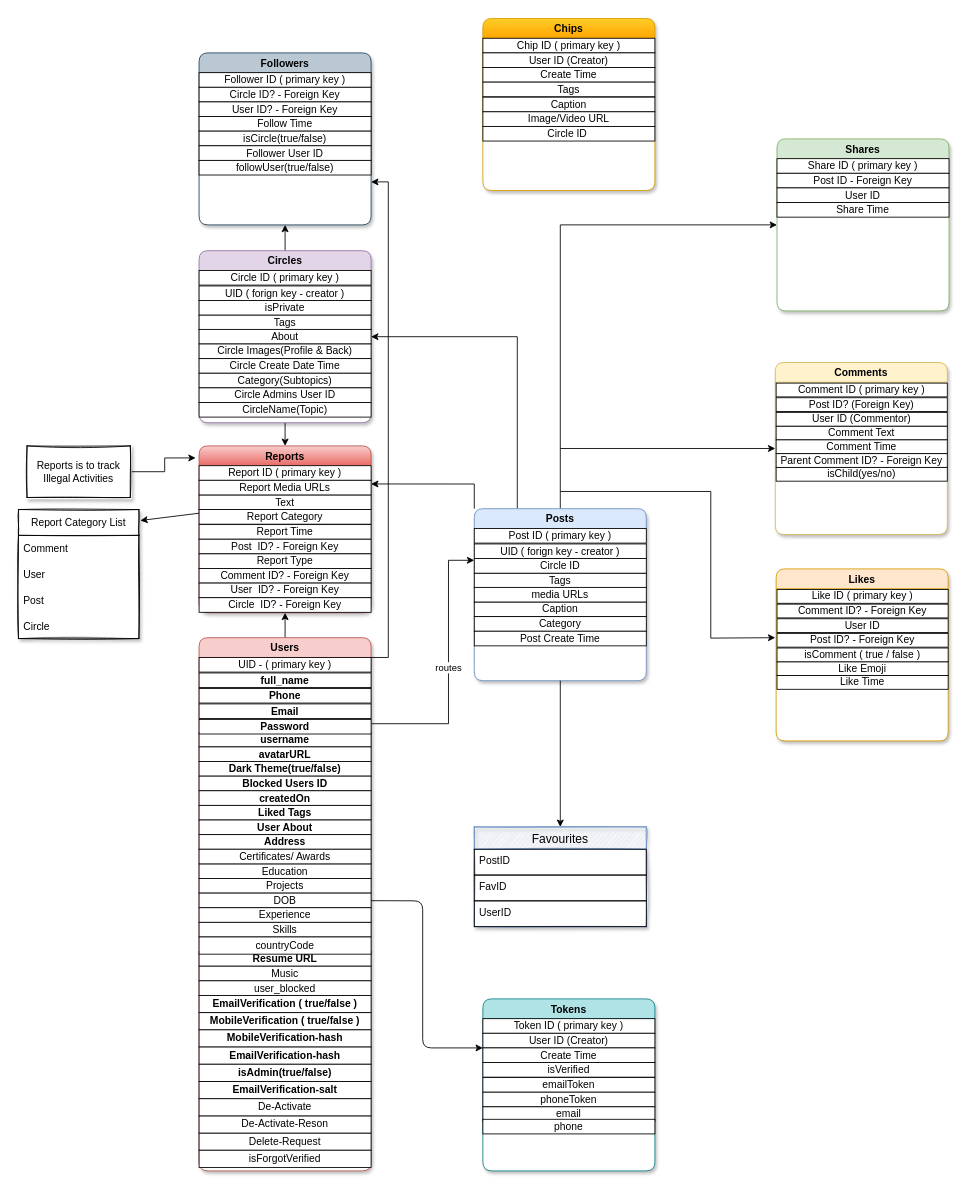
Earlier version of the draw.io diagram BackendV1-DBArchitecture.drawio (aghosh0605/social-app-backend). Source tidied: cells renumbered, new cells numbered last; positions are measured from the earlier drawing's top-left corner, leaving out a move shared by most shapes. Both pictures are drawn from the tidied source at 86%, with x=0, y=0 at pixel (18, 18).
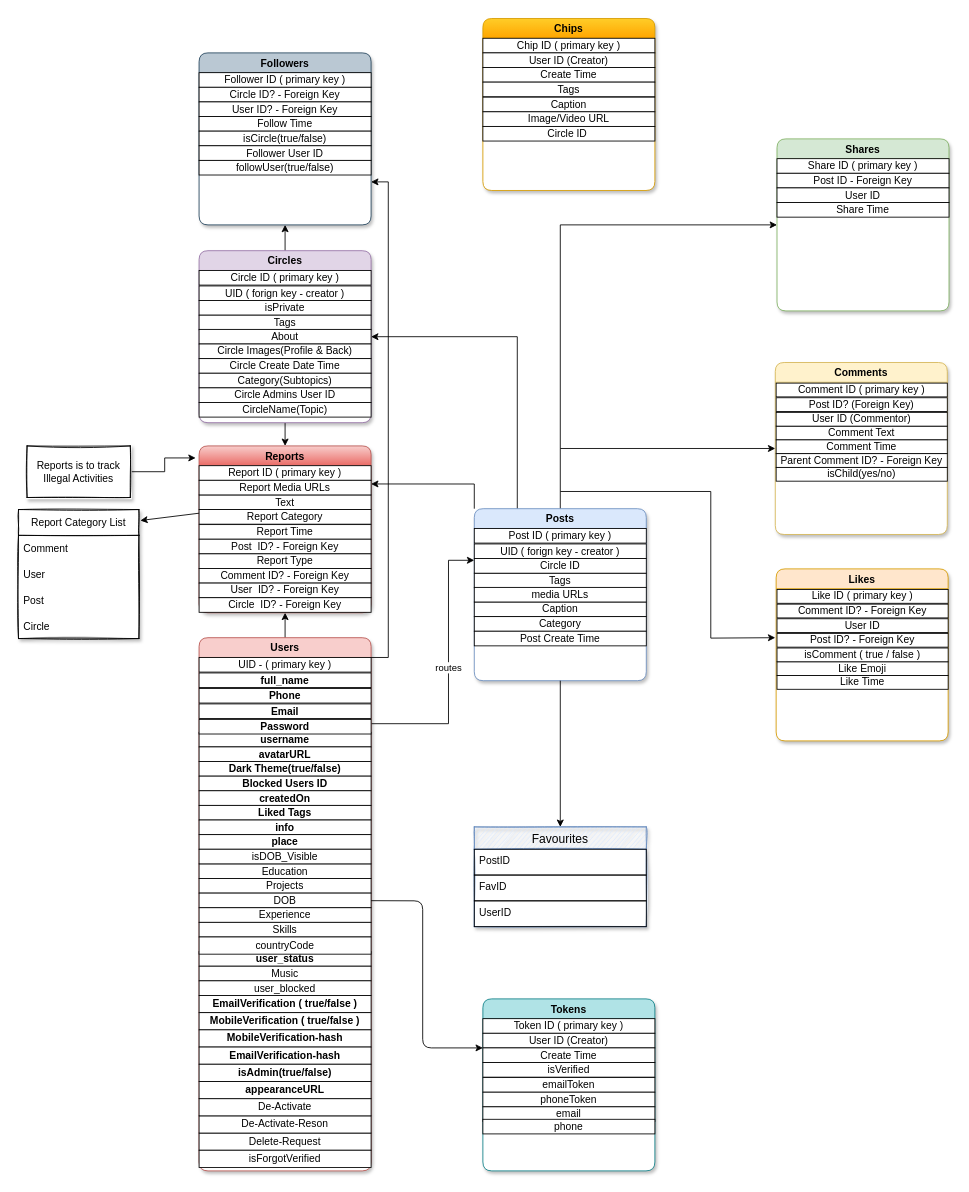
After the change.

Commit message (it also covers changes not shown here):
🚑 user_status_update

The change refers to these unchanged cells:
```xml
<mxCell id="4" value="Users" style="swimlane;fillColor=#f8cecc;strokeColor=#b85450;shadow=1;rounded=1;swimlaneFillColor=default;" parent="1" vertex="1">
  <mxGeometry x="210" y="720" width="200" height="620" as="geometry" />
</mxCell>
```

Diff of the diagram source:
```diff
@@
-    <mxCell id="12" value="&lt;b&gt;User About&lt;/b&gt;" style="rounded=0;whiteSpace=wrap;html=1;" parent="4" vertex="1">
+    <mxCell id="12" value="&lt;b&gt;info&lt;/b&gt;" style="rounded=0;whiteSpace=wrap;html=1;" parent="4" vertex="1">
       <mxGeometry y="212" width="200" height="17" as="geometry" />
     </mxCell>
-    <mxCell id="13" value="&lt;b&gt;Address&lt;/b&gt;" style="rounded=0;whiteSpace=wrap;html=1;" parent="4" vertex="1">
+    <mxCell id="13" value="&lt;b&gt;place&lt;/b&gt;" style="rounded=0;whiteSpace=wrap;html=1;" parent="4" vertex="1">
       <mxGeometry y="229" width="200" height="17" as="geometry" />
     </mxCell>
@@
-    <mxCell id="19" value="Certificates/ Awards" style="rounded=0;whiteSpace=wrap;html=1;" parent="4" vertex="1">
+    <mxCell id="19" value="isDOB_Visible" style="rounded=0;whiteSpace=wrap;html=1;" parent="4" vertex="1">
       <mxGeometry y="246" width="200" height="17" as="geometry" />
     </mxCell>
-    <mxCell id="20" value="&lt;b&gt;Resume URL&lt;/b&gt;" style="rounded=0;whiteSpace=wrap;html=1;" parent="4" vertex="1">
+    <mxCell id="20" value="&lt;b&gt;user_status&lt;/b&gt;" style="rounded=0;whiteSpace=wrap;html=1;" parent="4" vertex="1">
       <mxGeometry y="365" width="200" height="17" as="geometry" />
     </mxCell>
@@
-    <mxCell id="26" value="&lt;b&gt;EmailVerification-salt&lt;/b&gt;" style="rounded=0;whiteSpace=wrap;html=1;" parent="4" vertex="1">
+    <mxCell id="26" value="&lt;b&gt;appearanceURL&lt;/b&gt;" style="rounded=0;whiteSpace=wrap;html=1;" parent="4" vertex="1">
       <mxGeometry y="516" width="200" height="20" as="geometry" />
     </mxCell>
```
